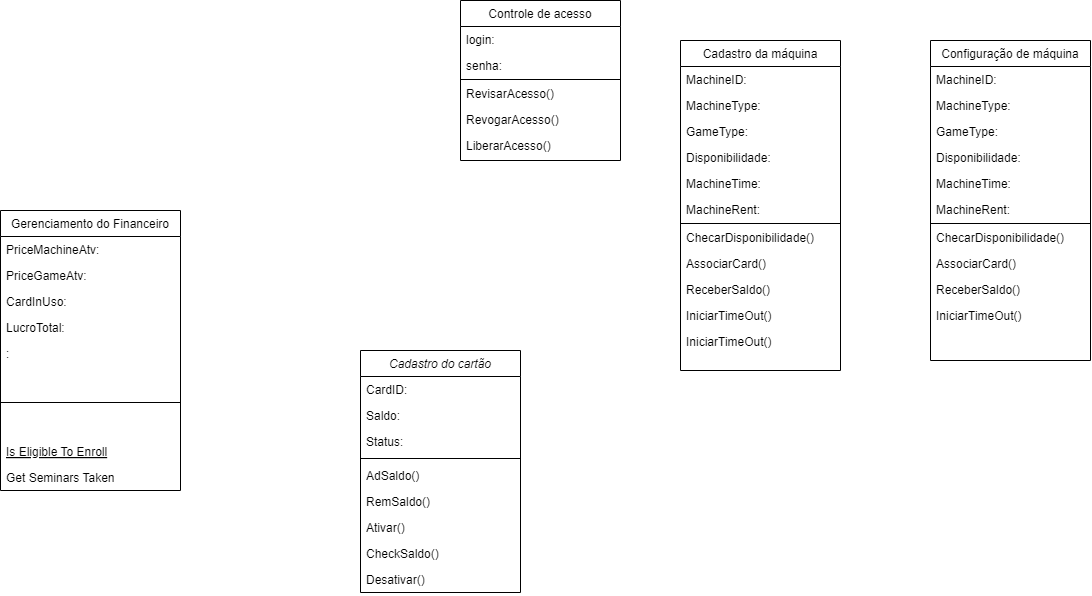
This is Diagrama de Classe.drawio.png from Hevee06/Projetos_Diagrama.oi, a draw.io export, as it was before one commit. Source tidied: cells renumbered, new cells last; positions are measured from the earlier drawing's top-left corner, leaving out a move shared by most shapes.
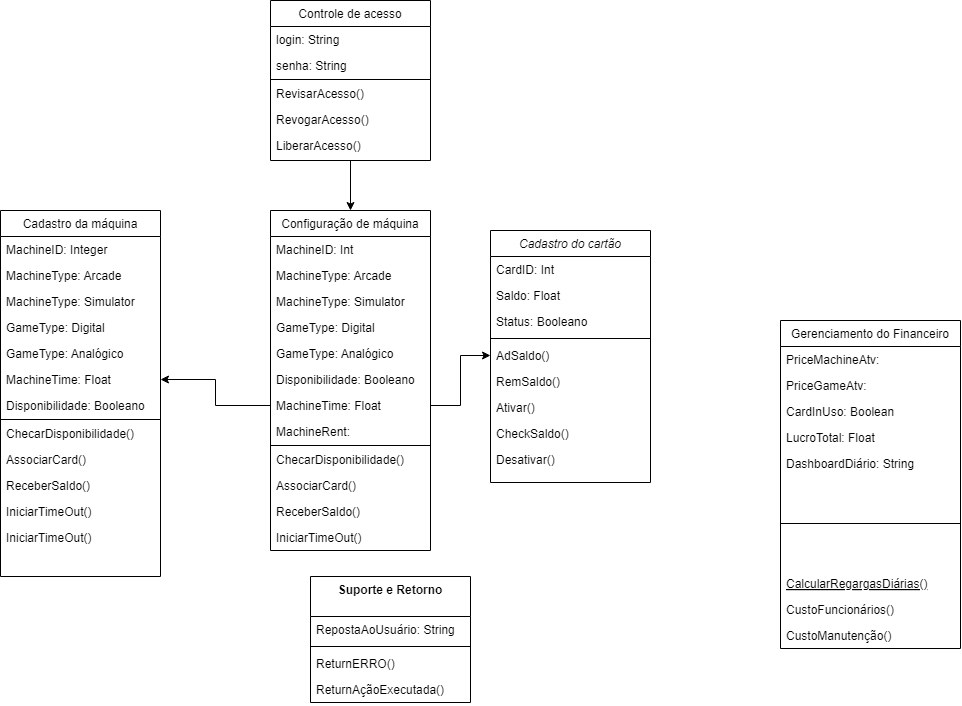
Later version of the same file.

What changed in the source:
```diff
@@ -3,15 +3,15 @@
     <mxCell id="0" />
     <mxCell id="1" parent="0" />
     <mxCell id="2" value="Cadastro do cartão" style="swimlane;fontStyle=2;align=center;verticalAlign=top;horizontal=1;startSize=26;rounded=0;shadow=0;strokeWidth=1;" parent="1" vertex="1">
-      <mxGeometry x="360" y="350" width="160" height="242" as="geometry" />
+      <mxGeometry x="870" y="220" width="160" height="252" as="geometry" />
     </mxCell>
-    <mxCell id="3" value="CardID:" style="text;align=left;verticalAlign=top;spacingLeft=4;spacingRight=4;overflow=hidden;" parent="2" vertex="1">
+    <mxCell id="3" value="CardID: Int" style="text;align=left;verticalAlign=top;spacingLeft=4;spacingRight=4;overflow=hidden;" parent="2" vertex="1">
       <mxGeometry y="26" width="160" height="26" as="geometry" />
     </mxCell>
-    <mxCell id="4" value="Saldo:" style="text;align=left;verticalAlign=top;spacingLeft=4;spacingRight=4;overflow=hidden;rounded=0;shadow=0;html=0;" parent="2" vertex="1">
+    <mxCell id="4" value="Saldo: Float" style="text;align=left;verticalAlign=top;spacingLeft=4;spacingRight=4;overflow=hidden;rounded=0;shadow=0;html=0;" parent="2" vertex="1">
       <mxGeometry y="52" width="160" height="26" as="geometry" />
     </mxCell>
-    <mxCell id="5" value="Status:" style="text;align=left;verticalAlign=top;spacingLeft=4;spacingRight=4;overflow=hidden;rounded=0;shadow=0;html=0;" parent="2" vertex="1">
+    <mxCell id="5" value="Status: Booleano" style="text;align=left;verticalAlign=top;spacingLeft=4;spacingRight=4;overflow=hidden;rounded=0;shadow=0;html=0;" parent="2" vertex="1">
       <mxGeometry y="78" width="160" height="26" as="geometry" />
     </mxCell>
     <mxCell id="6" style="line;html=1;strokeWidth=1;align=left;verticalAlign=middle;spacingTop=-1;spacingLeft=3;spacingRight=3;labelPosition=right;" parent="2" vertex="1">
@@ -33,7 +33,7 @@
       <mxGeometry y="216" width="160" height="26" as="geometry" />
     </mxCell>
     <mxCell id="12" value="Gerenciamento do Financeiro" style="swimlane;fontStyle=0;align=center;verticalAlign=top;horizontal=1;startSize=26;rounded=0;shadow=0;strokeWidth=1;" parent="1" vertex="1">
-      <mxGeometry y="210" width="180" height="280" as="geometry" />
+      <mxGeometry x="1160" y="310" width="180" height="328" as="geometry" />
     </mxCell>
     <mxCell id="13" value="PriceMachineAtv:" style="text;align=left;verticalAlign=top;spacingLeft=4;spacingRight=4;overflow=hidden;" parent="12" vertex="1">
       <mxGeometry y="26" width="180" height="26" as="geometry" />
@@ -41,31 +41,37 @@
     <mxCell id="14" value="PriceGameAtv:" style="text;align=left;verticalAlign=top;spacingLeft=4;spacingRight=4;overflow=hidden;" parent="12" vertex="1">
       <mxGeometry y="52" width="180" height="26" as="geometry" />
     </mxCell>
-    <mxCell id="15" value="CardInUso:" style="text;align=left;verticalAlign=top;spacingLeft=4;spacingRight=4;overflow=hidden;" parent="12" vertex="1">
+    <mxCell id="15" value="CardInUso: Boolean" style="text;align=left;verticalAlign=top;spacingLeft=4;spacingRight=4;overflow=hidden;" parent="12" vertex="1">
       <mxGeometry y="78" width="180" height="26" as="geometry" />
     </mxCell>
-    <mxCell id="16" value="LucroTotal:" style="text;align=left;verticalAlign=top;spacingLeft=4;spacingRight=4;overflow=hidden;" parent="12" vertex="1">
+    <mxCell id="16" value="LucroTotal: Float" style="text;align=left;verticalAlign=top;spacingLeft=4;spacingRight=4;overflow=hidden;" parent="12" vertex="1">
       <mxGeometry y="104" width="180" height="26" as="geometry" />
     </mxCell>
-    <mxCell id="17" value=":" style="text;align=left;verticalAlign=top;spacingLeft=4;spacingRight=4;overflow=hidden;" parent="12" vertex="1">
+    <mxCell id="17" value="DashboardDiário: String" style="text;align=left;verticalAlign=top;spacingLeft=4;spacingRight=4;overflow=hidden;" parent="12" vertex="1">
       <mxGeometry y="130" width="180" height="26" as="geometry" />
     </mxCell>
     <mxCell id="18" style="line;html=1;strokeWidth=1;align=left;verticalAlign=middle;spacingTop=-1;spacingLeft=3;spacingRight=3;labelPosition=right;" parent="12" vertex="1">
-      <mxGeometry y="156" width="180" height="72" as="geometry" />
+      <mxGeometry y="156" width="180" height="94" as="geometry" />
     </mxCell>
-    <mxCell id="19" value="Is Eligible To Enroll" style="text;align=left;verticalAlign=top;spacingLeft=4;spacingRight=4;overflow=hidden;fontStyle=4;" parent="12" vertex="1">
-      <mxGeometry y="228" width="180" height="26" as="geometry" />
+    <mxCell id="19" value="CalcularRegargasDiárias()" style="text;align=left;verticalAlign=top;spacingLeft=4;spacingRight=4;overflow=hidden;fontStyle=4;" parent="12" vertex="1">
+      <mxGeometry y="250" width="180" height="26" as="geometry" />
     </mxCell>
-    <mxCell id="20" value="Get Seminars Taken" style="text;align=left;verticalAlign=top;spacingLeft=4;spacingRight=4;overflow=hidden;" parent="12" vertex="1">
-      <mxGeometry y="254" width="180" height="26" as="geometry" />
+    <mxCell id="20" value="CustoFuncionários()" style="text;align=left;verticalAlign=top;spacingLeft=4;spacingRight=4;overflow=hidden;" parent="12" vertex="1">
+      <mxGeometry y="276" width="180" height="26" as="geometry" />
     </mxCell>
+    <mxCell id="53" value="CustoManutenção()" style="text;align=left;verticalAlign=top;spacingLeft=4;spacingRight=4;overflow=hidden;" parent="12" vertex="1">
+      <mxGeometry y="302" width="180" height="26" as="geometry" />
+    </mxCell>
+    <mxCell id="54" style="edgeStyle=orthogonalEdgeStyle;rounded=0;jettySize=auto;html=1;" parent="1" edge="1" source="21" target="41">
+      <mxGeometry relative="1" as="geometry" />
+    </mxCell>
     <mxCell id="21" value="Controle de acesso" style="swimlane;fontStyle=0;align=center;verticalAlign=top;horizontal=1;startSize=26;rounded=0;shadow=0;strokeWidth=1;" parent="1" vertex="1">
-      <mxGeometry x="460" width="160" height="160" as="geometry" />
+      <mxGeometry x="650" y="-10" width="160" height="160" as="geometry" />
     </mxCell>
-    <mxCell id="22" value="login:" style="text;align=left;verticalAlign=top;spacingLeft=4;spacingRight=4;overflow=hidden;" parent="21" vertex="1">
+    <mxCell id="22" value="login: String" style="text;align=left;verticalAlign=top;spacingLeft=4;spacingRight=4;overflow=hidden;" parent="21" vertex="1">
       <mxGeometry y="26" width="160" height="26" as="geometry" />
     </mxCell>
-    <mxCell id="23" value="senha:" style="text;align=left;verticalAlign=top;spacingLeft=4;spacingRight=4;overflow=hidden;" parent="21" vertex="1">
+    <mxCell id="23" value="senha: String" style="text;align=left;verticalAlign=top;spacingLeft=4;spacingRight=4;overflow=hidden;" parent="21" vertex="1">
       <mxGeometry y="52" width="160" height="26" as="geometry" />
     </mxCell>
     <mxCell id="24" style="line;html=1;strokeWidth=1;align=left;verticalAlign=middle;spacingTop=-1;spacingLeft=3;spacingRight=3;labelPosition=right;" parent="21" vertex="1">
@@ -81,79 +87,109 @@
       <mxGeometry y="132" width="160" height="26" as="geometry" />
     </mxCell>
     <mxCell id="28" value="Cadastro da máquina" style="swimlane;fontStyle=0;align=center;verticalAlign=top;horizontal=1;startSize=26;rounded=0;shadow=0;strokeWidth=1;" parent="1" vertex="1">
-      <mxGeometry x="680" y="40" width="160" height="330" as="geometry" />
+      <mxGeometry x="380" y="200" width="160" height="366" as="geometry" />
     </mxCell>
-    <mxCell id="29" value="MachineID:" style="text;align=left;verticalAlign=top;spacingLeft=4;spacingRight=4;overflow=hidden;" parent="28" vertex="1">
+    <mxCell id="29" value="MachineID: Integer" style="text;align=left;verticalAlign=top;spacingLeft=4;spacingRight=4;overflow=hidden;" parent="28" vertex="1">
       <mxGeometry y="26" width="160" height="26" as="geometry" />
     </mxCell>
-    <mxCell id="30" value="MachineType:" style="text;align=left;verticalAlign=top;spacingLeft=4;spacingRight=4;overflow=hidden;rounded=0;shadow=0;html=0;" parent="28" vertex="1">
+    <mxCell id="30" value="MachineType: Arcade" style="text;align=left;verticalAlign=top;spacingLeft=4;spacingRight=4;overflow=hidden;rounded=0;shadow=0;html=0;" parent="28" vertex="1">
       <mxGeometry y="52" width="160" height="26" as="geometry" />
     </mxCell>
+    <mxCell id="55" value="MachineType: Simulator" style="text;align=left;verticalAlign=top;spacingLeft=4;spacingRight=4;overflow=hidden;rounded=0;shadow=0;html=0;" parent="28" vertex="1">
+      <mxGeometry y="78" width="160" height="26" as="geometry" />
+    </mxCell>
-    <mxCell id="31" value="GameType:" style="text;align=left;verticalAlign=top;spacingLeft=4;spacingRight=4;overflow=hidden;rounded=0;shadow=0;html=0;" parent="28" vertex="1">
-      <mxGeometry y="78" width="160" height="26" as="geometry" />
+    <mxCell id="31" value="GameType: Digital" style="text;align=left;verticalAlign=top;spacingLeft=4;spacingRight=4;overflow=hidden;rounded=0;shadow=0;html=0;" parent="28" vertex="1">
+      <mxGeometry y="104" width="160" height="26" as="geometry" />
     </mxCell>
+    <mxCell id="56" value="GameType: Analógico" style="text;align=left;verticalAlign=top;spacingLeft=4;spacingRight=4;overflow=hidden;rounded=0;shadow=0;html=0;" parent="28" vertex="1">
+      <mxGeometry y="130" width="160" height="26" as="geometry" />
+    </mxCell>
+    <mxCell id="33" value="MachineTime: Float" style="text;align=left;verticalAlign=top;spacingLeft=4;spacingRight=4;overflow=hidden;points=[[0,0.5],[1,0.5]];portConstraint=eastwest;rounded=0;shadow=0;html=0;" parent="28" vertex="1">
+      <mxGeometry y="156" width="160" height="26" as="geometry" />
+    </mxCell>
-    <mxCell id="32" value="Disponibilidade:" style="text;align=left;verticalAlign=top;spacingLeft=4;spacingRight=4;overflow=hidden;rounded=0;shadow=0;html=0;" parent="28" vertex="1">
-      <mxGeometry y="104" width="160" height="26" as="geometry" />
+    <mxCell id="32" value="Disponibilidade: Booleano&#10;" style="text;align=left;verticalAlign=top;spacingLeft=4;spacingRight=4;overflow=hidden;rounded=0;shadow=0;html=0;" parent="28" vertex="1">
+      <mxGeometry y="182" width="160" height="26" as="geometry" />
     </mxCell>
-    <mxCell id="33" value="MachineTime:" style="text;align=left;verticalAlign=top;spacingLeft=4;spacingRight=4;overflow=hidden;points=[[0,0.5],[1,0.5]];portConstraint=eastwest;rounded=0;shadow=0;html=0;" parent="28" vertex="1">
-      <mxGeometry y="130" width="160" height="26" as="geometry" />
-    </mxCell>
-    <mxCell id="34" value="MachineRent:" style="text;align=left;verticalAlign=top;spacingLeft=4;spacingRight=4;overflow=hidden;rounded=0;shadow=0;html=0;" parent="28" vertex="1">
-      <mxGeometry y="156" width="160" height="26" as="geometry" />
-    </mxCell>
     <mxCell id="35" style="line;html=1;strokeWidth=1;align=left;verticalAlign=middle;spacingTop=-1;spacingLeft=3;spacingRight=3;labelPosition=right;" parent="28" vertex="1">
-      <mxGeometry y="182" width="160" height="2" as="geometry" />
+      <mxGeometry y="208" width="160" height="2" as="geometry" />
     </mxCell>
     <mxCell id="36" value="ChecarDisponibilidade()&#10;" style="text;align=left;verticalAlign=top;spacingLeft=4;spacingRight=4;overflow=hidden;" parent="28" vertex="1">
-      <mxGeometry y="184" width="160" height="26" as="geometry" />
+      <mxGeometry y="210" width="160" height="26" as="geometry" />
     </mxCell>
     <mxCell id="37" value="AssociarCard()&#10;" style="text;align=left;verticalAlign=top;spacingLeft=4;spacingRight=4;overflow=hidden;" parent="28" vertex="1">
-      <mxGeometry y="210" width="160" height="26" as="geometry" />
+      <mxGeometry y="236" width="160" height="26" as="geometry" />
     </mxCell>
     <mxCell id="38" value="ReceberSaldo()&#10;" style="text;align=left;verticalAlign=top;spacingLeft=4;spacingRight=4;overflow=hidden;" parent="28" vertex="1">
-      <mxGeometry y="236" width="160" height="26" as="geometry" />
+      <mxGeometry y="262" width="160" height="26" as="geometry" />
     </mxCell>
     <mxCell id="39" value="IniciarTimeOut()&#10;" style="text;align=left;verticalAlign=top;spacingLeft=4;spacingRight=4;overflow=hidden;" parent="28" vertex="1">
-      <mxGeometry y="262" width="160" height="26" as="geometry" />
+      <mxGeometry y="288" width="160" height="26" as="geometry" />
     </mxCell>
     <mxCell id="40" value="IniciarTimeOut()&#10;" style="text;align=left;verticalAlign=top;spacingLeft=4;spacingRight=4;overflow=hidden;" parent="28" vertex="1">
-      <mxGeometry y="288" width="160" height="26" as="geometry" />
+      <mxGeometry y="314" width="160" height="26" as="geometry" />
     </mxCell>
     <mxCell id="41" value="Configuração de máquina" style="swimlane;fontStyle=0;align=center;verticalAlign=top;horizontal=1;startSize=26;rounded=0;shadow=0;strokeWidth=1;" parent="1" vertex="1">
-      <mxGeometry x="930" y="40" width="160" height="320" as="geometry" />
+      <mxGeometry x="650" y="200" width="160" height="340" as="geometry" />
     </mxCell>
-    <mxCell id="42" value="MachineID:" style="text;align=left;verticalAlign=top;spacingLeft=4;spacingRight=4;overflow=hidden;" parent="41" vertex="1">
+    <mxCell id="42" value="MachineID: Int" style="text;align=left;verticalAlign=top;spacingLeft=4;spacingRight=4;overflow=hidden;" parent="41" vertex="1">
       <mxGeometry y="26" width="160" height="26" as="geometry" />
     </mxCell>
-    <mxCell id="43" value="MachineType:" style="text;align=left;verticalAlign=top;spacingLeft=4;spacingRight=4;overflow=hidden;rounded=0;shadow=0;html=0;" parent="41" vertex="1">
+    <mxCell id="43" value="MachineType: Arcade" style="text;align=left;verticalAlign=top;spacingLeft=4;spacingRight=4;overflow=hidden;rounded=0;shadow=0;html=0;" parent="41" vertex="1">
       <mxGeometry y="52" width="160" height="26" as="geometry" />
     </mxCell>
+    <mxCell id="57" value="MachineType: Simulator" style="text;align=left;verticalAlign=top;spacingLeft=4;spacingRight=4;overflow=hidden;rounded=0;shadow=0;html=0;" parent="41" vertex="1">
+      <mxGeometry y="78" width="160" height="26" as="geometry" />
+    </mxCell>
-    <mxCell id="44" value="GameType:" style="text;align=left;verticalAlign=top;spacingLeft=4;spacingRight=4;overflow=hidden;rounded=0;shadow=0;html=0;" parent="41" vertex="1">
-      <mxGeometry y="78" width="160" height="26" as="geometry" />
+    <mxCell id="44" value="GameType: Digital" style="text;align=left;verticalAlign=top;spacingLeft=4;spacingRight=4;overflow=hidden;rounded=0;shadow=0;html=0;" parent="41" vertex="1">
+      <mxGeometry y="104" width="160" height="26" as="geometry" />
     </mxCell>
+    <mxCell id="58" value="GameType: Analógico" style="text;align=left;verticalAlign=top;spacingLeft=4;spacingRight=4;overflow=hidden;rounded=0;shadow=0;html=0;" parent="41" vertex="1">
+      <mxGeometry y="130" width="160" height="26" as="geometry" />
+    </mxCell>
-    <mxCell id="45" value="Disponibilidade:" style="text;align=left;verticalAlign=top;spacingLeft=4;spacingRight=4;overflow=hidden;rounded=0;shadow=0;html=0;" parent="41" vertex="1">
-      <mxGeometry y="104" width="160" height="26" as="geometry" />
+    <mxCell id="45" value="Disponibilidade: Booleano&#10;" style="text;align=left;verticalAlign=top;spacingLeft=4;spacingRight=4;overflow=hidden;rounded=0;shadow=0;html=0;" parent="41" vertex="1">
+      <mxGeometry y="156" width="160" height="26" as="geometry" />
     </mxCell>
-    <mxCell id="46" value="MachineTime:" style="text;align=left;verticalAlign=top;spacingLeft=4;spacingRight=4;overflow=hidden;points=[[0,0.5],[1,0.5]];portConstraint=eastwest;rounded=0;shadow=0;html=0;" parent="41" vertex="1">
-      <mxGeometry y="130" width="160" height="26" as="geometry" />
+    <mxCell id="46" value="MachineTime: Float" style="text;align=left;verticalAlign=top;spacingLeft=4;spacingRight=4;overflow=hidden;points=[[0,0.5],[1,0.5]];portConstraint=eastwest;rounded=0;shadow=0;html=0;" parent="41" vertex="1">
+      <mxGeometry y="182" width="160" height="26" as="geometry" />
     </mxCell>
     <mxCell id="47" value="MachineRent:" style="text;align=left;verticalAlign=top;spacingLeft=4;spacingRight=4;overflow=hidden;rounded=0;shadow=0;html=0;" parent="41" vertex="1">
-      <mxGeometry y="156" width="160" height="26" as="geometry" />
+      <mxGeometry y="208" width="160" height="26" as="geometry" />
     </mxCell>
     <mxCell id="48" style="line;html=1;strokeWidth=1;align=left;verticalAlign=middle;spacingTop=-1;spacingLeft=3;spacingRight=3;labelPosition=right;" parent="41" vertex="1">
-      <mxGeometry y="182" width="160" height="2" as="geometry" />
+      <mxGeometry y="234" width="160" height="2" as="geometry" />
     </mxCell>
     <mxCell id="49" value="ChecarDisponibilidade()&#10;" style="text;align=left;verticalAlign=top;spacingLeft=4;spacingRight=4;overflow=hidden;" parent="41" vertex="1">
-      <mxGeometry y="184" width="160" height="26" as="geometry" />
+      <mxGeometry y="236" width="160" height="26" as="geometry" />
     </mxCell>
     <mxCell id="50" value="AssociarCard()&#10;" style="text;align=left;verticalAlign=top;spacingLeft=4;spacingRight=4;overflow=hidden;" parent="41" vertex="1">
-      <mxGeometry y="210" width="160" height="26" as="geometry" />
+      <mxGeometry y="262" width="160" height="26" as="geometry" />
     </mxCell>
     <mxCell id="51" value="ReceberSaldo()&#10;" style="text;align=left;verticalAlign=top;spacingLeft=4;spacingRight=4;overflow=hidden;" parent="41" vertex="1">
-      <mxGeometry y="236" width="160" height="26" as="geometry" />
+      <mxGeometry y="288" width="160" height="26" as="geometry" />
     </mxCell>
     <mxCell id="52" value="IniciarTimeOut()&#10;" style="text;align=left;verticalAlign=top;spacingLeft=4;spacingRight=4;overflow=hidden;" parent="41" vertex="1">
-      <mxGeometry y="262" width="160" height="26" as="geometry" />
+      <mxGeometry y="314" width="160" height="26" as="geometry" />
     </mxCell>
+    <mxCell id="59" value="Suporte e Retorno" style="swimlane;fontStyle=1;align=center;verticalAlign=top;horizontal=1;startSize=40;whiteSpace=wrap;html=1;" parent="1" vertex="1">
+      <mxGeometry x="690" y="566" width="160" height="126" as="geometry" />
+    </mxCell>
+    <mxCell id="60" value="RepostaAoUsuário: String" style="text;strokeColor=none;fillColor=none;align=left;verticalAlign=top;spacingLeft=4;spacingRight=4;overflow=hidden;whiteSpace=wrap;html=1;" parent="59" vertex="1">
+      <mxGeometry y="40" width="160" height="26" as="geometry" />
+    </mxCell>
+    <mxCell id="61" style="line;strokeWidth=1;fillColor=none;align=left;verticalAlign=middle;spacingTop=-1;spacingLeft=3;spacingRight=3;labelPosition=right;strokeColor=inherit;" parent="59" vertex="1">
+      <mxGeometry y="66" width="160" height="8" as="geometry" />
+    </mxCell>
+    <mxCell id="62" value="ReturnERRO()" style="text;strokeColor=none;fillColor=none;align=left;verticalAlign=top;spacingLeft=4;spacingRight=4;overflow=hidden;whiteSpace=wrap;html=1;" parent="59" vertex="1">
+      <mxGeometry y="74" width="160" height="26" as="geometry" />
+    </mxCell>
+    <mxCell id="63" value="ReturnAçãoExecutada()" style="text;strokeColor=none;fillColor=none;align=left;verticalAlign=top;spacingLeft=4;spacingRight=4;overflow=hidden;whiteSpace=wrap;html=1;" parent="59" vertex="1">
+      <mxGeometry y="100" width="160" height="26" as="geometry" />
+    </mxCell>
+    <mxCell id="64" style="edgeStyle=orthogonalEdgeStyle;rounded=0;jettySize=auto;html=1;" parent="1" edge="1" source="46" target="33">
+      <mxGeometry relative="1" as="geometry" />
+    </mxCell>
+    <mxCell id="65" style="edgeStyle=orthogonalEdgeStyle;rounded=0;jettySize=auto;html=1;entryX=0;entryY=0.5;entryDx=0;entryDy=0;" parent="1" edge="1" source="46" target="7">
+      <mxGeometry relative="1" as="geometry" />
+    </mxCell>
   </root>
 </mxGraphModel>
```
